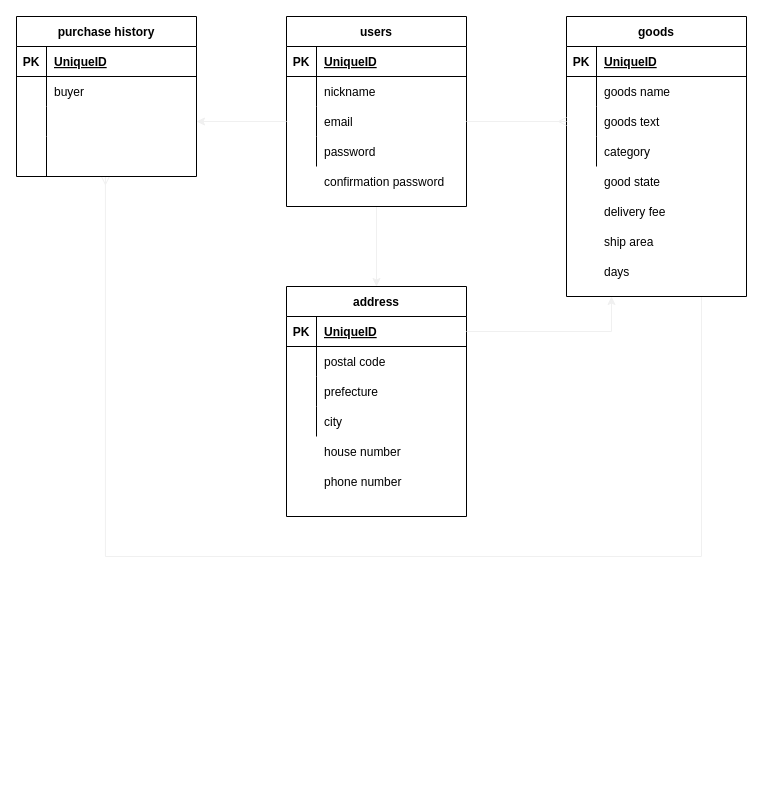
Before: furima.dio in seki774/furima-33076, a draw.io diagram. Source tidied: cells renumbered, new cells numbered last; positions are measured from the earlier drawing's top-left corner, leaving out a move shared by most shapes. Both pictures are drawn from the tidied source at 100%, with x=0, y=0 at pixel (16, 16).
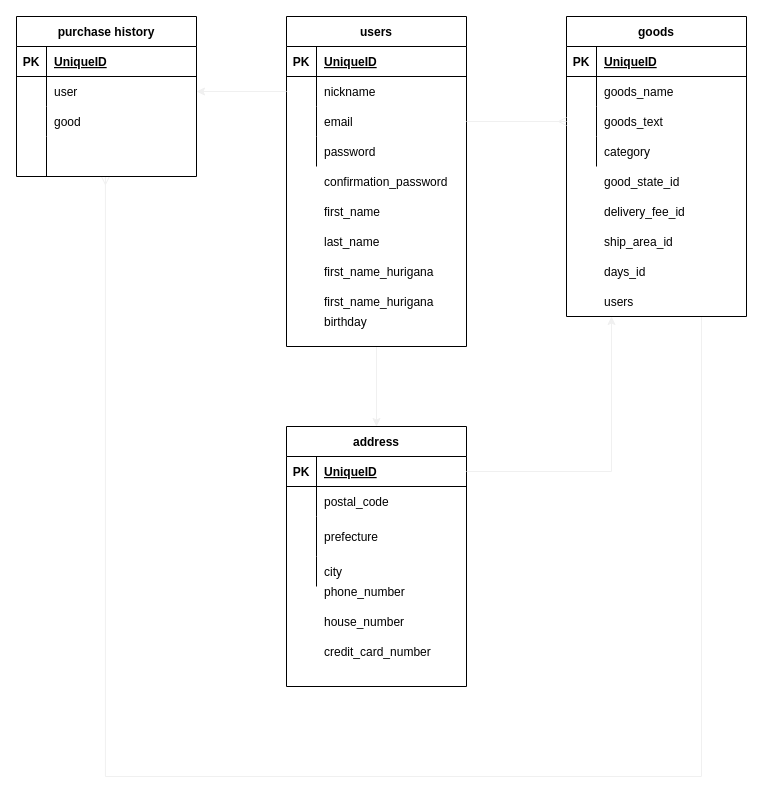
The same diagram, later.

Commit message (it also covers changes not shown here):
README修正、ER図提出

The change refers to these unchanged cells:
```xml
<mxCell id="7" style="shape=partialRectangle;fillColor=none;top=0;left=0;bottom=0;right=0;points=[[0,0.5],[1,0.5]];portConstraint=eastwest;" parent="3" vertex="1">
  <mxGeometry y="60" width="180" height="30" as="geometry" />
</mxCell>
<mxCell id="10" style="shape=partialRectangle;fillColor=none;top=0;left=0;bottom=0;right=0;points=[[0,0.5],[1,0.5]];portConstraint=eastwest;" parent="3" vertex="1">
  <mxGeometry y="90" width="180" height="30" as="geometry" />
</mxCell>
<mxCell id="21" style="shape=partialRectangle;fillColor=none;top=0;left=0;bottom=0;right=0;" parent="17" vertex="1">
  <mxGeometry y="60" width="180" height="30" as="geometry" />
</mxCell>
<mxCell id="24" style="shape=partialRectangle;fillColor=none;top=0;left=0;bottom=0;right=0;points=[[0,0.5],[1,0.5]];portConstraint=eastwest;" parent="17" vertex="1">
  <mxGeometry y="90" width="180" height="30" as="geometry" />
</mxCell>
<mxCell id="34" style="shape=partialRectangle;fillColor=none;top=0;left=0;bottom=0;right=0;points=[[0,0.5],[1,0.5]];portConstraint=eastwest;" parent="30" vertex="1">
  <mxGeometry y="60" width="180" height="30" as="geometry" />
</mxCell>
<mxCell id="37" style="shape=partialRectangle;fillColor=none;top=0;left=0;bottom=0;right=0;points=[[0,0.5],[1,0.5]];portConstraint=eastwest;" parent="30" vertex="1">
  <mxGeometry y="90" width="180" height="30" as="geometry" />
</mxCell>
<mxCell id="40" style="shape=partialRectangle;fillColor=none;top=0;left=0;bottom=0;right=0;points=[[0,0.5],[1,0.5]];portConstraint=eastwest;" parent="30" vertex="1">
  <mxGeometry y="120" width="180" height="40" as="geometry" />
</mxCell>
<mxCell id="47" style="shape=partialRectangle;fillColor=none;top=0;left=0;bottom=0;right=0;" parent="43" vertex="1">
  <mxGeometry y="60" width="180" height="30" as="geometry" />
</mxCell>
```

Change to the diagram source:
```diff
@@
     <mxCell id="3" value="users" style="shape=table;startSize=30;childLayout=tableLayout;rowLines=0;fontStyle=1;align=center;" parent="1" vertex="1">
-      <mxGeometry x="270" width="180" height="190" as="geometry" />
+      <mxGeometry x="270" width="180" height="330" as="geometry" />
     </mxCell>
@@
     <mxCell id="16" style="edgeStyle=orthogonalEdgeStyle;rounded=0;jettySize=auto;html=1;exitX=0.75;exitY=1;exitDx=0;exitDy=0;endArrow=ERmany;endFill=0;targetPerimeterSpacing=0;strokeColor=#f0f0f0;entryX=0.494;entryY=1;entryDx=0;entryDy=0;entryPerimeter=0;" parent="1" edge="1" source="17" target="40">
       <mxGeometry relative="1" as="geometry">
         <Array as="points">
-          <mxPoint x="685" y="540" />
-          <mxPoint x="89" y="540" />
+          <mxPoint x="685" y="760" />
+          <mxPoint x="89" y="760" />
         </Array>
       </mxGeometry>
     </mxCell>
     <mxCell id="17" value="goods" style="shape=table;startSize=30;childLayout=tableLayout;rowLines=0;fontStyle=1;align=center;" parent="1" vertex="1">
-      <mxGeometry x="550" width="180" height="280" as="geometry" />
+      <mxGeometry x="550" width="180" height="300" as="geometry" />
     </mxCell>
@@
-    <mxCell id="23" value="goods name" style="shape=partialRectangle;fillColor=none;top=0;left=0;bottom=0;right=0;align=left;spacingLeft=6;overflow=hidden;" parent="21" vertex="1">
+    <mxCell id="23" value="goods_name" style="shape=partialRectangle;fillColor=none;top=0;left=0;bottom=0;right=0;align=left;spacingLeft=6;overflow=hidden;" parent="21" vertex="1">
       <mxGeometry x="30" width="150" height="30" as="geometry" />
     </mxCell>
@@
-    <mxCell id="26" value="goods text" style="shape=partialRectangle;fillColor=none;top=0;left=0;bottom=0;right=0;align=left;spacingLeft=6;overflow=hidden;" parent="24" vertex="1">
+    <mxCell id="26" value="goods_text" style="shape=partialRectangle;fillColor=none;top=0;left=0;bottom=0;right=0;align=left;spacingLeft=6;overflow=hidden;" parent="24" vertex="1">
       <mxGeometry x="30" width="150" height="30" as="geometry" />
     </mxCell>
@@
-    <mxCell id="36" value="buyer" style="shape=partialRectangle;fillColor=none;top=0;left=0;bottom=0;right=0;align=left;spacingLeft=6;overflow=hidden;" parent="34" vertex="1">
+    <mxCell id="36" value="user" style="shape=partialRectangle;fillColor=none;top=0;left=0;bottom=0;right=0;align=left;spacingLeft=6;overflow=hidden;" parent="34" vertex="1">
       <mxGeometry x="30" width="150" height="30" as="geometry" />
     </mxCell>
@@
-    <mxCell id="39" style="shape=partialRectangle;fillColor=none;top=0;left=0;bottom=0;right=0;align=left;spacingLeft=6;overflow=hidden;" parent="37" vertex="1">
+    <mxCell id="39" value="good" style="shape=partialRectangle;fillColor=none;top=0;left=0;bottom=0;right=0;align=left;spacingLeft=6;overflow=hidden;" parent="37" vertex="1">
       <mxGeometry x="30" width="150" height="30" as="geometry" />
     </mxCell>
@@
     <mxCell id="43" value="address" style="shape=table;startSize=30;childLayout=tableLayout;rowLines=0;fontStyle=1;align=center;" parent="1" vertex="1">
-      <mxGeometry x="270" y="270" width="180" height="230" as="geometry" />
+      <mxGeometry x="270" y="410" width="180" height="260" as="geometry" />
     </mxCell>
@@
-    <mxCell id="49" value="postal code" style="shape=partialRectangle;fillColor=none;top=0;left=0;bottom=0;right=0;align=left;spacingLeft=6;overflow=hidden;" parent="47" vertex="1">
+    <mxCell id="49" value="postal_code" style="shape=partialRectangle;fillColor=none;top=0;left=0;bottom=0;right=0;align=left;spacingLeft=6;overflow=hidden;" parent="47" vertex="1">
       <mxGeometry x="30" width="150" height="30" as="geometry" />
     </mxCell>
     <mxCell id="50" style="shape=partialRectangle;fillColor=none;top=0;left=0;bottom=0;right=0;" parent="43" vertex="1">
-      <mxGeometry y="90" width="180" height="30" as="geometry" />
+      <mxGeometry y="90" width="180" height="40" as="geometry" />
     </mxCell>
     <mxCell id="51" style="shape=partialRectangle;fillColor=none;top=0;left=0;bottom=0;right=0;overflow=hidden;" parent="50" vertex="1">
-      <mxGeometry width="30" height="30" as="geometry" />
+      <mxGeometry width="30" height="40" as="geometry" />
     </mxCell>
     <mxCell id="52" value="prefecture" style="shape=partialRectangle;fillColor=none;top=0;left=0;bottom=0;right=0;align=left;spacingLeft=6;overflow=hidden;" parent="50" vertex="1">
-      <mxGeometry x="30" width="150" height="30" as="geometry" />
+      <mxGeometry x="30" width="150" height="40" as="geometry" />
     </mxCell>
     <mxCell id="53" style="shape=partialRectangle;fillColor=none;top=0;left=0;bottom=0;right=0;" parent="43" vertex="1">
-      <mxGeometry y="120" width="180" height="30" as="geometry" />
+      <mxGeometry y="130" width="180" height="30" as="geometry" />
     </mxCell>
@@
-    <mxCell id="58" value="good state" style="shape=partialRectangle;fillColor=none;top=0;left=0;bottom=0;right=0;align=left;spacingLeft=6;overflow=hidden;" parent="1" vertex="1">
+    <mxCell id="58" value="good_state_id" style="shape=partialRectangle;fillColor=none;top=0;left=0;bottom=0;right=0;align=left;spacingLeft=6;overflow=hidden;" parent="1" vertex="1">
       <mxGeometry x="580" y="150" width="150" height="30" as="geometry" />
     </mxCell>
-    <mxCell id="59" value="delivery fee" style="shape=partialRectangle;fillColor=none;top=0;left=0;bottom=0;right=0;align=left;spacingLeft=6;overflow=hidden;" parent="1" vertex="1">
+    <mxCell id="59" value="delivery_fee_id" style="shape=partialRectangle;fillColor=none;top=0;left=0;bottom=0;right=0;align=left;spacingLeft=6;overflow=hidden;" parent="1" vertex="1">
       <mxGeometry x="580" y="180" width="150" height="30" as="geometry" />
     </mxCell>
-    <mxCell id="60" value="ship area" style="shape=partialRectangle;fillColor=none;top=0;left=0;bottom=0;right=0;align=left;spacingLeft=6;overflow=hidden;" parent="1" vertex="1">
+    <mxCell id="60" value="ship_area_id" style="shape=partialRectangle;fillColor=none;top=0;left=0;bottom=0;right=0;align=left;spacingLeft=6;overflow=hidden;" parent="1" vertex="1">
       <mxGeometry x="580" y="210" width="150" height="30" as="geometry" />
     </mxCell>
-    <mxCell id="61" value="days" style="shape=partialRectangle;fillColor=none;top=0;left=0;bottom=0;right=0;align=left;spacingLeft=6;overflow=hidden;" parent="1" vertex="1">
+    <mxCell id="61" value="days_id" style="shape=partialRectangle;fillColor=none;top=0;left=0;bottom=0;right=0;align=left;spacingLeft=6;overflow=hidden;" parent="1" vertex="1">
       <mxGeometry x="580" y="240" width="150" height="30" as="geometry" />
     </mxCell>
-    <mxCell id="62" value="house number" style="shape=partialRectangle;fillColor=none;top=0;left=0;bottom=0;right=0;align=left;spacingLeft=6;overflow=hidden;" parent="1" vertex="1">
-      <mxGeometry x="300" y="420" width="150" height="30" as="geometry" />
+    <mxCell id="62" value="house_number" style="shape=partialRectangle;fillColor=none;top=0;left=0;bottom=0;right=0;align=left;spacingLeft=6;overflow=hidden;" parent="1" vertex="1">
+      <mxGeometry x="300" y="590" width="150" height="30" as="geometry" />
     </mxCell>
-    <mxCell id="63" value="phone number" style="shape=partialRectangle;fillColor=none;top=0;left=0;bottom=0;right=0;align=left;spacingLeft=6;overflow=hidden;" parent="1" vertex="1">
-      <mxGeometry x="300" y="450" width="150" height="30" as="geometry" />
+    <mxCell id="63" value="phone_number" style="shape=partialRectangle;fillColor=none;top=0;left=0;bottom=0;right=0;align=left;spacingLeft=6;overflow=hidden;" parent="1" vertex="1">
+      <mxGeometry x="300" y="560" width="150" height="30" as="geometry" />
     </mxCell>
@@
-    <mxCell id="65" style="edgeStyle=orthogonalEdgeStyle;rounded=0;jettySize=auto;html=1;exitX=0;exitY=0.5;exitDx=0;exitDy=0;entryX=1;entryY=0.5;entryDx=0;entryDy=0;endArrow=classic;endFill=1;targetPerimeterSpacing=0;strokeColor=#f0f0f0;" parent="1" edge="1" source="10" target="37">
-      <mxGeometry relative="1" as="geometry" />
-    </mxCell>
@@
+    <mxCell id="68" value="confirmation_password" style="shape=partialRectangle;fillColor=none;top=0;left=0;bottom=0;right=0;align=left;spacingLeft=6;overflow=hidden;" parent="1" vertex="1">
+      <mxGeometry x="300" y="150" width="150" height="30" as="geometry" />
+    </mxCell>
@@
-    <mxCell id="68" value="confirmation password" style="shape=partialRectangle;fillColor=none;top=0;left=0;bottom=0;right=0;align=left;spacingLeft=6;overflow=hidden;" parent="1" vertex="1">
-      <mxGeometry x="300" y="150" width="150" height="30" as="geometry" />
-    </mxCell>
+    <mxCell id="69" value="first_name" style="shape=partialRectangle;fillColor=none;top=0;left=0;bottom=0;right=0;align=left;spacingLeft=6;overflow=hidden;" parent="1" vertex="1">
+      <mxGeometry x="300" y="180" width="150" height="30" as="geometry" />
+    </mxCell>
+    <mxCell id="70" value="last_name" style="shape=partialRectangle;fillColor=none;top=0;left=0;bottom=0;right=0;align=left;spacingLeft=6;overflow=hidden;" parent="1" vertex="1">
+      <mxGeometry x="300" y="210" width="150" height="30" as="geometry" />
+    </mxCell>
+    <mxCell id="71" value="first_name_hurigana" style="shape=partialRectangle;fillColor=none;top=0;left=0;bottom=0;right=0;align=left;spacingLeft=6;overflow=hidden;" parent="1" vertex="1">
+      <mxGeometry x="300" y="240" width="150" height="30" as="geometry" />
+    </mxCell>
+    <mxCell id="72" value="first_name_hurigana" style="shape=partialRectangle;fillColor=none;top=0;left=0;bottom=0;right=0;align=left;spacingLeft=6;overflow=hidden;" parent="1" vertex="1">
+      <mxGeometry x="300" y="270" width="150" height="30" as="geometry" />
+    </mxCell>
+    <mxCell id="73" value="birthday" style="shape=partialRectangle;fillColor=none;top=0;left=0;bottom=0;right=0;align=left;spacingLeft=6;overflow=hidden;" parent="1" vertex="1">
+      <mxGeometry x="300" y="290" width="150" height="30" as="geometry" />
+    </mxCell>
+    <mxCell id="74" value="users" style="shape=partialRectangle;fillColor=none;top=0;left=0;bottom=0;right=0;align=left;spacingLeft=6;overflow=hidden;" parent="1" vertex="1">
+      <mxGeometry x="580" y="270" width="150" height="30" as="geometry" />
+    </mxCell>
+    <mxCell id="75" value="credit_card_number" style="shape=partialRectangle;fillColor=none;top=0;left=0;bottom=0;right=0;align=left;spacingLeft=6;overflow=hidden;" parent="1" vertex="1">
+      <mxGeometry x="300" y="620" width="150" height="30" as="geometry" />
+    </mxCell>
+    <mxCell id="76" style="edgeStyle=orthogonalEdgeStyle;rounded=0;jettySize=auto;html=1;exitX=0;exitY=0.5;exitDx=0;exitDy=0;entryX=1;entryY=0.5;entryDx=0;entryDy=0;endArrow=classic;endFill=1;targetPerimeterSpacing=0;strokeColor=#f0f0f0;" parent="1" edge="1" source="7" target="34">
+      <mxGeometry relative="1" as="geometry" />
+    </mxCell>
```
